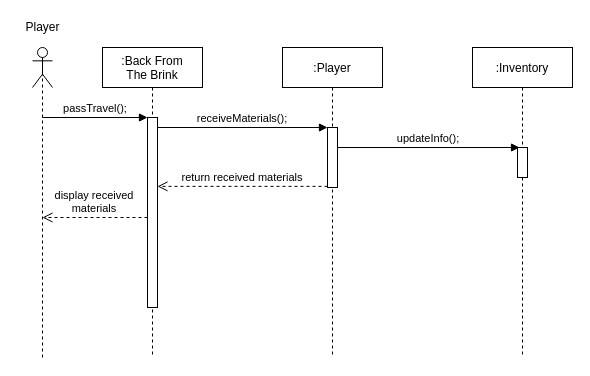
Earlier version of the draw.io diagram Documentation/Sequence Diagrams/Pass Travel Square SD (draft).drawio (cmcgarry5/csc2058-2021-g25). Source tidied: cells renumbered, new cells numbered last; positions are measured from the earlier drawing's top-left corner, leaving out a move shared by most shapes. Both pictures are drawn from the tidied source at 100%, with x=0, y=0 at pixel (17, 17).
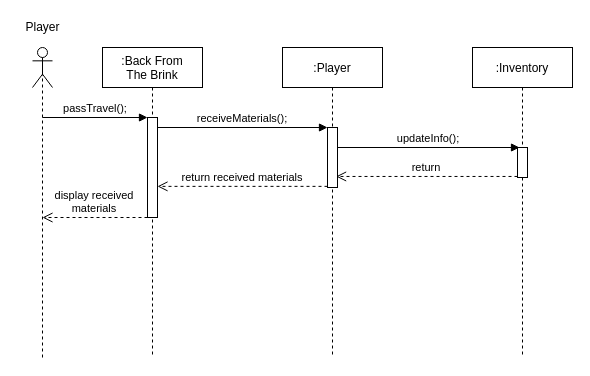
The same diagram, later.

Diff of the diagram source:
```diff
@@
 <mxGraphModel>
   <root>
     <mxCell id="0" />
     <mxCell id="1" parent="0" />
     <mxCell id="2" value=":Back From&#10;The Brink" style="shape=umlLifeline;perimeter=lifelinePerimeter;rounded=0;shadow=0;strokeWidth=1;" parent="1" vertex="1">
       <mxGeometry x="85" y="30" width="100" height="310" as="geometry" />
     </mxCell>
     <mxCell id="3" style="points=[];perimeter=orthogonalPerimeter;rounded=0;shadow=0;strokeWidth=1;" parent="2" vertex="1">
-      <mxGeometry x="45" y="70" width="10" height="190" as="geometry" />
+      <mxGeometry x="45" y="70" width="10" height="100" as="geometry" />
     </mxCell>
     <mxCell id="4" value=":Player" style="shape=umlLifeline;perimeter=lifelinePerimeter;rounded=0;shadow=0;strokeWidth=1;" parent="1" vertex="1">
       <mxGeometry x="265" y="30" width="100" height="310" as="geometry" />
     </mxCell>
     <mxCell id="5" style="points=[];perimeter=orthogonalPerimeter;rounded=0;shadow=0;strokeWidth=1;" parent="4" vertex="1">
       <mxGeometry x="45" y="80" width="10" height="60" as="geometry" />
     </mxCell>
     <mxCell id="6" value="return received materials" style="verticalAlign=bottom;endArrow=open;dashed=1;endSize=8;shadow=0;strokeWidth=1;exitX=0;exitY=0.981;exitDx=0;exitDy=0;exitPerimeter=0;" parent="1" edge="1" source="5" target="3">
       <mxGeometry relative="1" as="geometry" />
     </mxCell>
     <mxCell id="7" value="receiveMaterials();" style="verticalAlign=bottom;endArrow=block;entryX=0;entryY=0;shadow=0;strokeWidth=1;" parent="1" edge="1" source="3" target="5">
       <mxGeometry relative="1" as="geometry" />
     </mxCell>
     <mxCell id="8" style="shape=umlActor;verticalLabelPosition=bottom;verticalAlign=top;html=1;outlineConnect=0;" parent="1" vertex="1">
       <mxGeometry x="15" y="30" width="20" height="40" as="geometry" />
     </mxCell>
     <mxCell id="9" style="endArrow=none;dashed=1;html=1;entryX=0.5;entryY=0.5;entryDx=0;entryDy=0;entryPerimeter=0;" parent="1" edge="1" target="8">
       <mxGeometry relative="1" as="geometry">
         <mxPoint x="25" y="340" as="sourcePoint" />
       </mxGeometry>
     </mxCell>
     <mxCell id="10" value=":Inventory" style="shape=umlLifeline;perimeter=lifelinePerimeter;rounded=0;shadow=0;strokeWidth=1;" parent="1" vertex="1">
       <mxGeometry x="455" y="30" width="100" height="310" as="geometry" />
     </mxCell>
     <mxCell id="11" style="points=[];perimeter=orthogonalPerimeter;rounded=0;shadow=0;strokeWidth=1;" parent="10" vertex="1">
       <mxGeometry x="45" y="100" width="10" height="30" as="geometry" />
     </mxCell>
     <mxCell id="12" value="passTravel();" style="verticalAlign=bottom;endArrow=block;shadow=0;strokeWidth=1;" parent="1" edge="1" target="3">
       <mxGeometry relative="1" as="geometry">
         <mxPoint x="25" y="100" as="sourcePoint" />
       </mxGeometry>
     </mxCell>
     <mxCell id="13" value="updateInfo();" style="verticalAlign=bottom;endArrow=block;shadow=0;strokeWidth=1;" parent="1" edge="1" source="5">
       <mxGeometry relative="1" as="geometry">
         <mxPoint x="502" y="130" as="targetPoint" />
       </mxGeometry>
     </mxCell>
     <mxCell id="14" value="display received&#10;materials" style="verticalAlign=bottom;endArrow=open;dashed=1;endSize=8;shadow=0;strokeWidth=1;" parent="1" edge="1" source="3">
       <mxGeometry relative="1" as="geometry">
         <mxPoint x="25" y="200" as="targetPoint" />
       </mxGeometry>
     </mxCell>
     <mxCell id="15" value="Player" style="text;html=1;align=center;verticalAlign=middle;" parent="1" vertex="1">
       <mxGeometry width="50" height="20" as="geometry" />
     </mxCell>
+    <mxCell id="16" value="return" style="verticalAlign=bottom;endArrow=open;dashed=1;endSize=8;shadow=0;strokeWidth=1;entryX=0.859;entryY=0.816;entryDx=0;entryDy=0;entryPerimeter=0;" parent="1" edge="1" source="11" target="5">
+      <mxGeometry relative="1" as="geometry" />
+    </mxCell>
   </root>
 </mxGraphModel>
```
